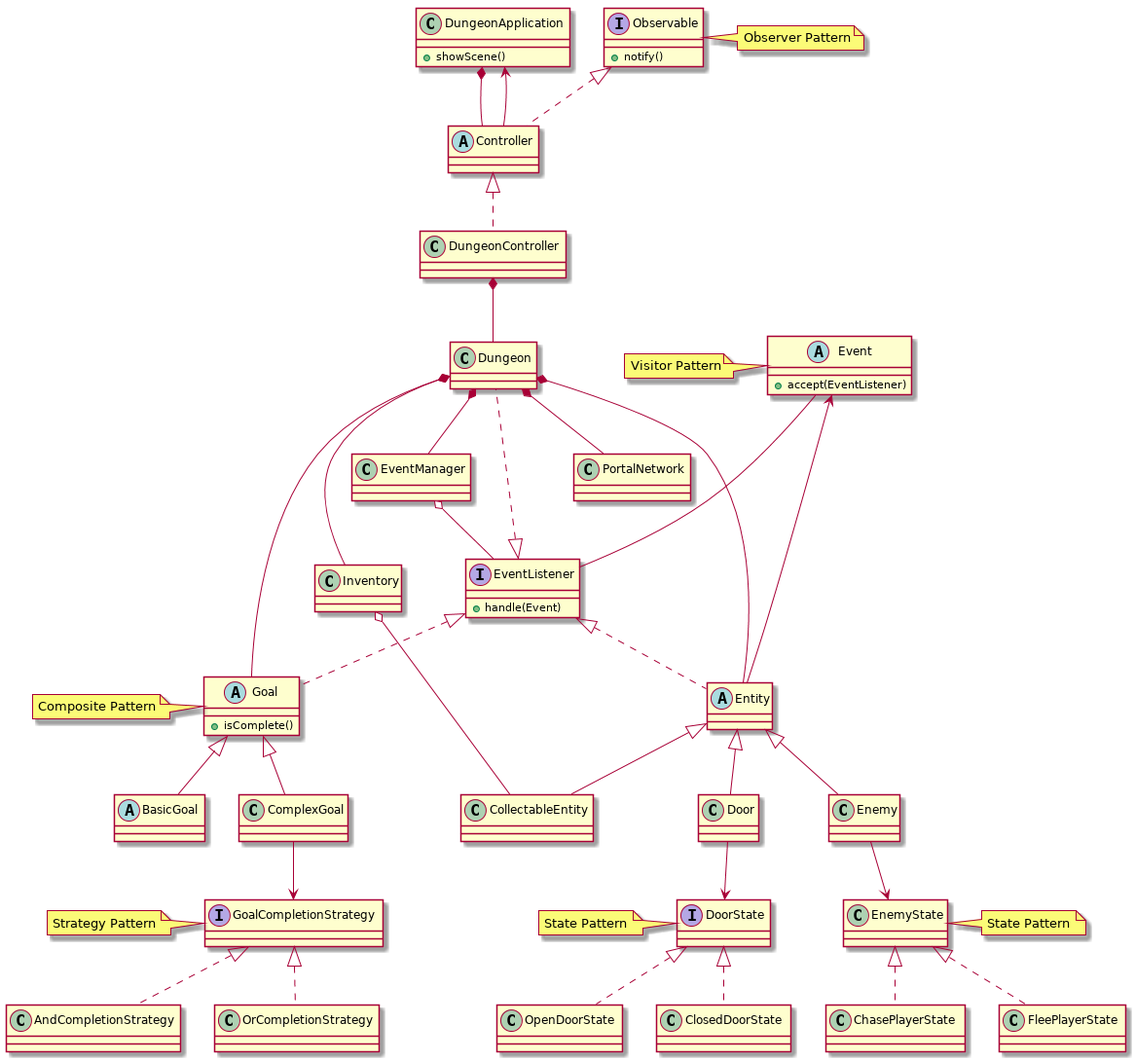
Earlier version of the PlantUML export UML_CONCEPTUAL.png (declan-warn/dungeon-explorer).
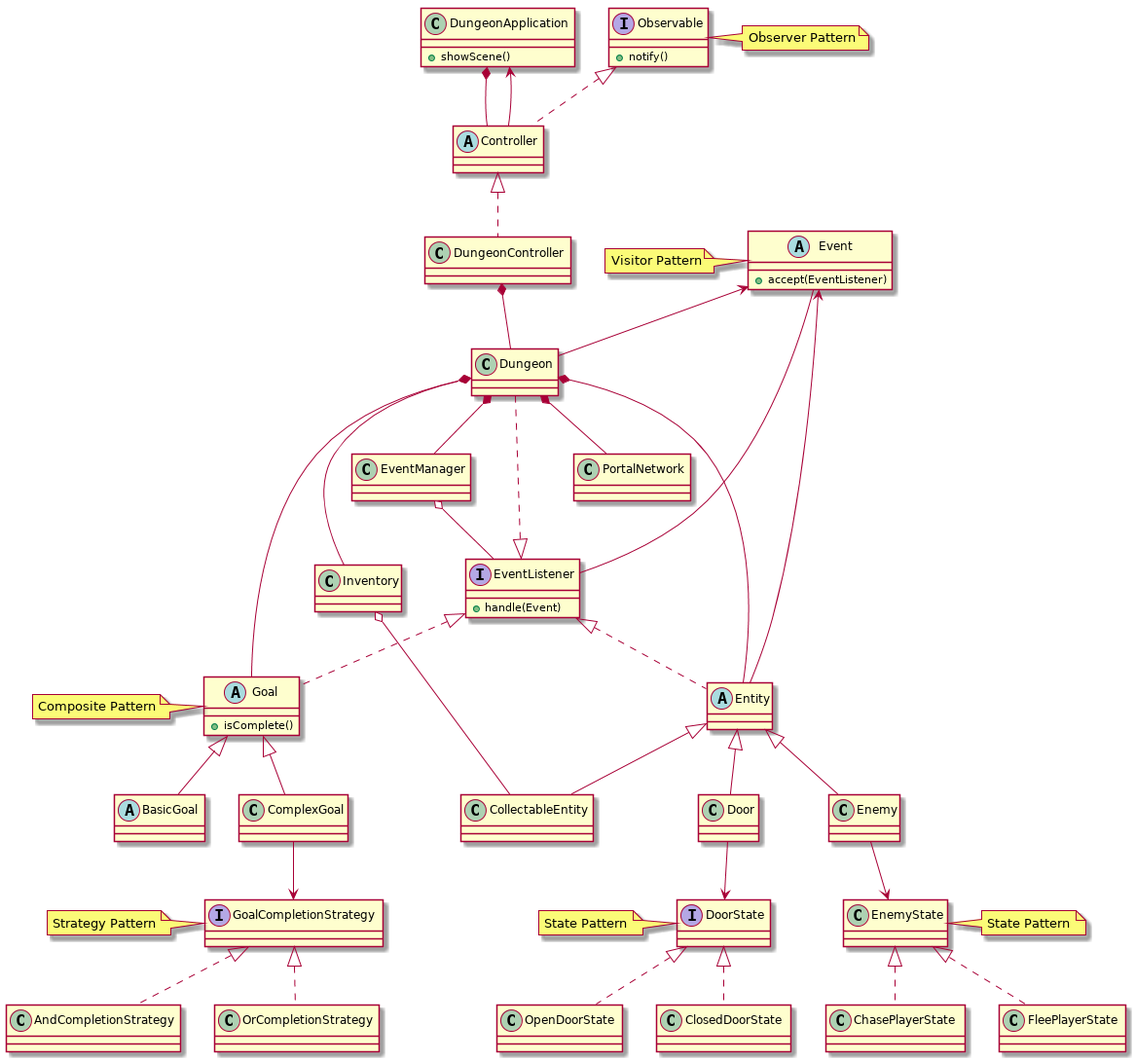
Later version of the same file.

Commit message:
Add event <-- dungeon link to UML

Change to the diagram source:
```diff
@@ -46,6 +46,7 @@
 
 Event --- EventListener
 Event <-- Entity
+Event <-- Dungeon
 
 note left of Event
   Visitor Pattern
```
